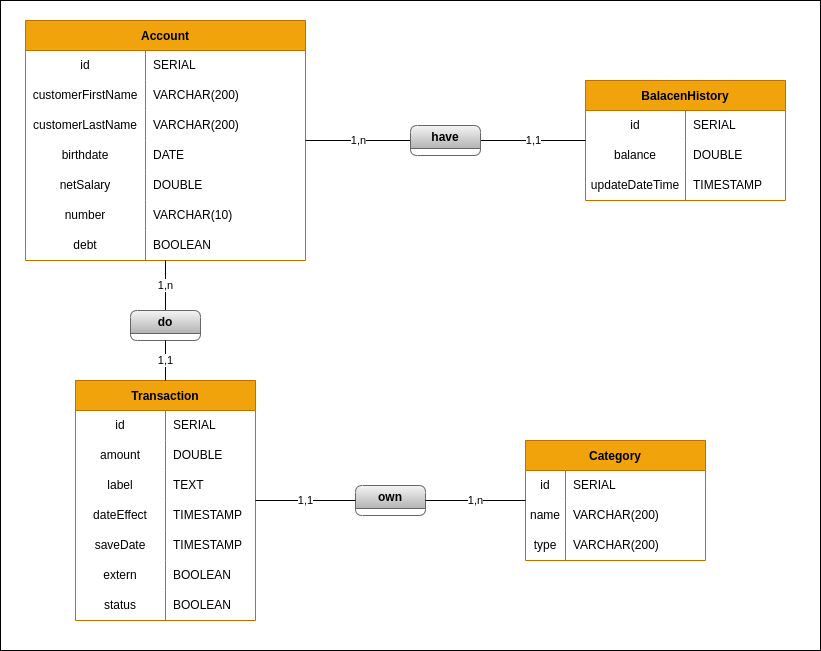
Earlier version of the draw.io export docs/MCD.png (NumBank/NumBank-API). Source tidied: cells renumbered, new cells last; positions are measured from the earlier drawing's top-left corner, leaving out a move shared by most shapes.
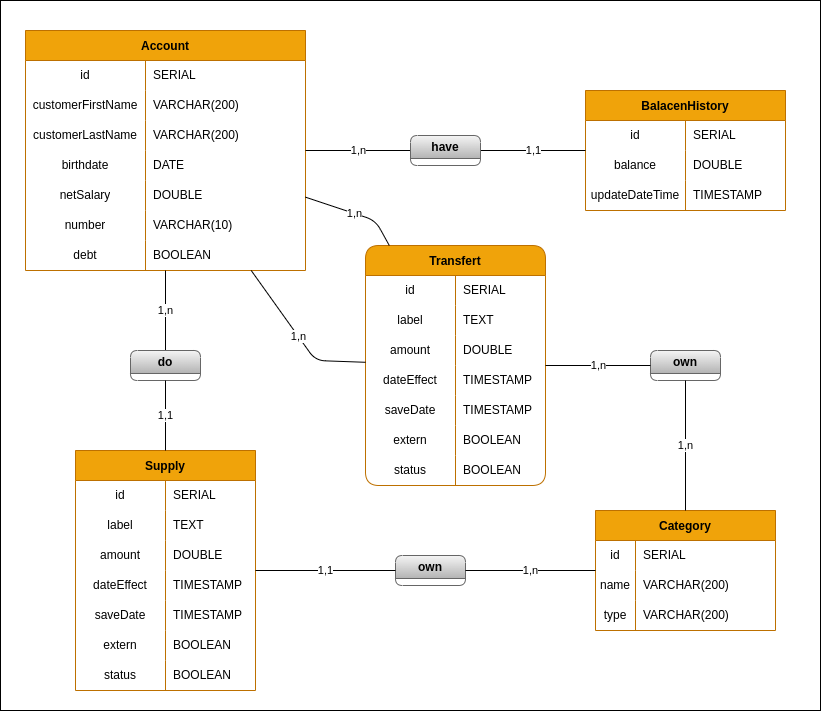
After the change.

Commit message:
feat: add transfert table

Change to the diagram source:
```diff
@@ -2,6 +2,9 @@
   <root>
     <mxCell id="0" />
     <mxCell id="1" parent="0" />
+    <mxCell id="75" style="rounded=0;whiteSpace=wrap;html=1;fillColor=none;" parent="1" vertex="1">
+      <mxGeometry y="-10" width="820" height="710" as="geometry" />
+    </mxCell>
     <mxCell id="2" value="Account" style="shape=table;startSize=30;rowLines=0;fontStyle=1;fillColor=#f0a30a;fontColor=#000000;strokeColor=#BD7000;" parent="1" vertex="1">
       <mxGeometry x="25" y="20" width="280" height="240" as="geometry" />
     </mxCell>
@@ -98,8 +101,8 @@
     <mxCell id="33" value="TIMESTAMP" style="shape=partialRectangle;html=1;whiteSpace=wrap;fillColor=none;top=0;left=0;bottom=0;right=0;align=left;spacingLeft=6;overflow=hidden;" parent="31" vertex="1">
       <mxGeometry x="100" width="100" height="30" as="geometry" />
     </mxCell>
-    <mxCell id="34" value="Transaction" style="shape=table;startSize=30;rowLines=0;fontStyle=1;fillColor=#f0a30a;fontColor=#000000;strokeColor=#BD7000;" parent="1" vertex="1">
-      <mxGeometry x="75" y="380" width="180" height="240" as="geometry" />
+    <mxCell id="34" value="Supply" style="shape=table;startSize=30;rowLines=0;fontStyle=1;fillColor=#f0a30a;fontColor=#000000;strokeColor=#BD7000;" parent="1" vertex="1">
+      <mxGeometry x="75" y="440" width="180" height="240" as="geometry" />
     </mxCell>
     <mxCell id="35" style="shape=tableRow;horizontal=0;startSize=0;swimlaneHead=0;swimlaneBody=0;top=0;left=0;bottom=0;right=0;fillColor=none;" parent="34" vertex="1">
       <mxGeometry y="30" width="180" height="30" as="geometry" />
@@ -110,8 +113,17 @@
     <mxCell id="37" value="SERIAL" style="shape=partialRectangle;html=1;whiteSpace=wrap;fillColor=none;top=0;left=0;bottom=0;right=0;align=left;spacingLeft=6;overflow=hidden;" parent="35" vertex="1">
       <mxGeometry x="90" width="90" height="30" as="geometry" />
     </mxCell>
+    <mxCell id="41" style="shape=tableRow;horizontal=0;startSize=0;swimlaneHead=0;swimlaneBody=0;top=0;left=0;bottom=0;right=0;fillColor=none;" parent="34" vertex="1">
+      <mxGeometry y="60" width="180" height="30" as="geometry" />
+    </mxCell>
+    <mxCell id="42" value="label" style="shape=partialRectangle;html=1;whiteSpace=wrap;fillColor=none;top=0;left=0;bottom=0;right=0;overflow=hidden;" parent="41" vertex="1">
+      <mxGeometry width="90" height="30" as="geometry" />
+    </mxCell>
+    <mxCell id="43" value="TEXT" style="shape=partialRectangle;html=1;whiteSpace=wrap;fillColor=none;top=0;left=0;bottom=0;right=0;align=left;spacingLeft=6;overflow=hidden;" parent="41" vertex="1">
+      <mxGeometry x="90" width="90" height="30" as="geometry" />
+    </mxCell>
     <mxCell id="38" style="shape=tableRow;horizontal=0;startSize=0;swimlaneHead=0;swimlaneBody=0;top=0;left=0;bottom=0;right=0;fillColor=none;" parent="34" vertex="1">
-      <mxGeometry y="60" width="180" height="30" as="geometry" />
+      <mxGeometry y="90" width="180" height="30" as="geometry" />
     </mxCell>
     <mxCell id="39" value="amount" style="shape=partialRectangle;html=1;whiteSpace=wrap;fillColor=none;top=0;left=0;bottom=0;right=0;overflow=hidden;" parent="38" vertex="1">
       <mxGeometry width="90" height="30" as="geometry" />
@@ -119,15 +131,6 @@
     <mxCell id="40" value="DOUBLE" style="shape=partialRectangle;html=1;whiteSpace=wrap;fillColor=none;top=0;left=0;bottom=0;right=0;align=left;spacingLeft=6;overflow=hidden;" parent="38" vertex="1">
       <mxGeometry x="90" width="90" height="30" as="geometry" />
     </mxCell>
-    <mxCell id="41" style="shape=tableRow;horizontal=0;startSize=0;swimlaneHead=0;swimlaneBody=0;top=0;left=0;bottom=0;right=0;fillColor=none;" parent="34" vertex="1">
-      <mxGeometry y="90" width="180" height="30" as="geometry" />
-    </mxCell>
-    <mxCell id="42" value="label" style="shape=partialRectangle;html=1;whiteSpace=wrap;fillColor=none;top=0;left=0;bottom=0;right=0;overflow=hidden;" parent="41" vertex="1">
-      <mxGeometry width="90" height="30" as="geometry" />
-    </mxCell>
-    <mxCell id="43" value="TEXT" style="shape=partialRectangle;html=1;whiteSpace=wrap;fillColor=none;top=0;left=0;bottom=0;right=0;align=left;spacingLeft=6;overflow=hidden;" parent="41" vertex="1">
-      <mxGeometry x="90" width="90" height="30" as="geometry" />
-    </mxCell>
     <mxCell id="44" style="shape=tableRow;horizontal=0;startSize=0;swimlaneHead=0;swimlaneBody=0;top=0;left=0;bottom=0;right=0;fillColor=none;" parent="34" vertex="1">
       <mxGeometry y="120" width="180" height="30" as="geometry" />
     </mxCell>
@@ -165,7 +168,7 @@
       <mxGeometry x="90" width="90" height="30" as="geometry" />
     </mxCell>
     <mxCell id="56" value="Category" style="shape=table;startSize=30;rowLines=0;fontStyle=1;fillColor=#f0a30a;fontColor=#000000;strokeColor=#BD7000;" parent="1" vertex="1">
-      <mxGeometry x="525" y="440" width="180" height="120" as="geometry" />
+      <mxGeometry x="595" y="500" width="180" height="120" as="geometry" />
     </mxCell>
     <mxCell id="57" style="shape=tableRow;horizontal=0;startSize=0;swimlaneHead=0;swimlaneBody=0;top=0;left=0;bottom=0;right=0;fillColor=none;" parent="56" vertex="1">
       <mxGeometry y="30" width="180" height="30" as="geometry" />
@@ -195,7 +198,7 @@
       <mxGeometry x="40" width="140" height="30" as="geometry" />
     </mxCell>
     <mxCell id="66" value="own" style="swimlane;whiteSpace=wrap;html=1;rounded=1;fillColor=#f5f5f5;gradientColor=#b3b3b3;strokeColor=#666666;" parent="1" vertex="1">
-      <mxGeometry x="355" y="485" width="70" height="30" as="geometry" />
+      <mxGeometry x="395" y="545" width="70" height="30" as="geometry" />
     </mxCell>
     <mxCell id="67" value="1,n" style="endArrow=none;html=1;" parent="1" edge="1" source="66" target="56">
       <mxGeometry relative="1" as="geometry" />
@@ -213,7 +216,7 @@
       <mxGeometry relative="1" as="geometry" />
     </mxCell>
     <mxCell id="72" value="do" style="swimlane;whiteSpace=wrap;html=1;rounded=1;startSize=23;fillColor=#f5f5f5;gradientColor=#b3b3b3;strokeColor=#666666;" parent="1" vertex="1">
-      <mxGeometry x="130" y="310" width="70" height="30" as="geometry" />
+      <mxGeometry x="130" y="340" width="70" height="30" as="geometry" />
     </mxCell>
     <mxCell id="73" value="1,1" style="endArrow=none;html=1;" parent="1" edge="1" source="34" target="72">
       <mxGeometry relative="1" as="geometry" />
@@ -221,8 +224,94 @@
     <mxCell id="74" value="have" style="swimlane;whiteSpace=wrap;html=1;rounded=1;startSize=23;fillColor=#f5f5f5;gradientColor=#b3b3b3;strokeColor=#666666;" parent="1" vertex="1">
       <mxGeometry x="410" y="125" width="70" height="30" as="geometry" />
     </mxCell>
-    <mxCell id="75" style="rounded=0;whiteSpace=wrap;html=1;fillColor=none;" parent="1" vertex="1">
-      <mxGeometry width="820" height="650" as="geometry" />
-    </mxCell>
+    <mxCell id="76" value="Transfert" style="shape=table;startSize=30;rowLines=0;fontStyle=1;fillColor=#f0a30a;fontColor=#000000;strokeColor=#BD7000;rounded=1;" parent="1" vertex="1">
+      <mxGeometry x="365" y="235" width="180" height="240" as="geometry" />
+    </mxCell>
+    <mxCell id="77" style="shape=tableRow;horizontal=0;startSize=0;swimlaneHead=0;swimlaneBody=0;top=0;left=0;bottom=0;right=0;fillColor=none;" parent="76" vertex="1">
+      <mxGeometry y="30" width="180" height="30" as="geometry" />
+    </mxCell>
+    <mxCell id="78" value="id" style="shape=partialRectangle;html=1;whiteSpace=wrap;fillColor=none;top=0;left=0;bottom=0;right=0;overflow=hidden;" parent="77" vertex="1">
+      <mxGeometry width="90" height="30" as="geometry" />
+    </mxCell>
+    <mxCell id="79" value="SERIAL" style="shape=partialRectangle;html=1;whiteSpace=wrap;fillColor=none;top=0;left=0;bottom=0;right=0;align=left;spacingLeft=6;overflow=hidden;" parent="77" vertex="1">
+      <mxGeometry x="90" width="90" height="30" as="geometry" />
+    </mxCell>
+    <mxCell id="80" style="shape=tableRow;horizontal=0;startSize=0;swimlaneHead=0;swimlaneBody=0;top=0;left=0;bottom=0;right=0;fillColor=none;" parent="76" vertex="1">
+      <mxGeometry y="60" width="180" height="30" as="geometry" />
+    </mxCell>
+    <mxCell id="81" value="label" style="shape=partialRectangle;html=1;whiteSpace=wrap;fillColor=none;top=0;left=0;bottom=0;right=0;overflow=hidden;" parent="80" vertex="1">
+      <mxGeometry width="90" height="30" as="geometry" />
+    </mxCell>
+    <mxCell id="82" value="TEXT" style="shape=partialRectangle;html=1;whiteSpace=wrap;fillColor=none;top=0;left=0;bottom=0;right=0;align=left;spacingLeft=6;overflow=hidden;" parent="80" vertex="1">
+      <mxGeometry x="90" width="90" height="30" as="geometry" />
+    </mxCell>
+    <mxCell id="83" style="shape=tableRow;horizontal=0;startSize=0;swimlaneHead=0;swimlaneBody=0;top=0;left=0;bottom=0;right=0;fillColor=none;" parent="76" vertex="1">
+      <mxGeometry y="90" width="180" height="30" as="geometry" />
+    </mxCell>
+    <mxCell id="84" value="amount" style="shape=partialRectangle;html=1;whiteSpace=wrap;fillColor=none;top=0;left=0;bottom=0;right=0;overflow=hidden;" parent="83" vertex="1">
+      <mxGeometry width="90" height="30" as="geometry" />
+    </mxCell>
+    <mxCell id="85" value="DOUBLE" style="shape=partialRectangle;html=1;whiteSpace=wrap;fillColor=none;top=0;left=0;bottom=0;right=0;align=left;spacingLeft=6;overflow=hidden;" parent="83" vertex="1">
+      <mxGeometry x="90" width="90" height="30" as="geometry" />
+    </mxCell>
+    <mxCell id="86" style="shape=tableRow;horizontal=0;startSize=0;swimlaneHead=0;swimlaneBody=0;top=0;left=0;bottom=0;right=0;fillColor=none;" parent="76" vertex="1">
+      <mxGeometry y="120" width="180" height="30" as="geometry" />
+    </mxCell>
+    <mxCell id="87" value="dateEffect" style="shape=partialRectangle;html=1;whiteSpace=wrap;fillColor=none;top=0;left=0;bottom=0;right=0;overflow=hidden;" parent="86" vertex="1">
+      <mxGeometry width="90" height="30" as="geometry" />
+    </mxCell>
+    <mxCell id="88" value="TIMESTAMP" style="shape=partialRectangle;html=1;whiteSpace=wrap;fillColor=none;top=0;left=0;bottom=0;right=0;align=left;spacingLeft=6;overflow=hidden;" parent="86" vertex="1">
+      <mxGeometry x="90" width="90" height="30" as="geometry" />
+    </mxCell>
+    <mxCell id="89" style="shape=tableRow;horizontal=0;startSize=0;swimlaneHead=0;swimlaneBody=0;top=0;left=0;bottom=0;right=0;fillColor=none;" parent="76" vertex="1">
+      <mxGeometry y="150" width="180" height="30" as="geometry" />
+    </mxCell>
+    <mxCell id="90" value="saveDate" style="shape=partialRectangle;html=1;whiteSpace=wrap;fillColor=none;top=0;left=0;bottom=0;right=0;overflow=hidden;" parent="89" vertex="1">
+      <mxGeometry width="90" height="30" as="geometry" />
+    </mxCell>
+    <mxCell id="91" value="TIMESTAMP" style="shape=partialRectangle;html=1;whiteSpace=wrap;fillColor=none;top=0;left=0;bottom=0;right=0;align=left;spacingLeft=6;overflow=hidden;" parent="89" vertex="1">
+      <mxGeometry x="90" width="90" height="30" as="geometry" />
+    </mxCell>
+    <mxCell id="92" style="shape=tableRow;horizontal=0;startSize=0;swimlaneHead=0;swimlaneBody=0;top=0;left=0;bottom=0;right=0;fillColor=none;" parent="76" vertex="1">
+      <mxGeometry y="180" width="180" height="30" as="geometry" />
+    </mxCell>
+    <mxCell id="93" value="extern" style="shape=partialRectangle;html=1;whiteSpace=wrap;fillColor=none;top=0;left=0;bottom=0;right=0;overflow=hidden;" parent="92" vertex="1">
+      <mxGeometry width="90" height="30" as="geometry" />
+    </mxCell>
+    <mxCell id="94" value="BOOLEAN" style="shape=partialRectangle;html=1;whiteSpace=wrap;fillColor=none;top=0;left=0;bottom=0;right=0;align=left;spacingLeft=6;overflow=hidden;" parent="92" vertex="1">
+      <mxGeometry x="90" width="90" height="30" as="geometry" />
+    </mxCell>
+    <mxCell id="95" style="shape=tableRow;horizontal=0;startSize=0;swimlaneHead=0;swimlaneBody=0;top=0;left=0;bottom=0;right=0;fillColor=none;" parent="76" vertex="1">
+      <mxGeometry y="210" width="180" height="30" as="geometry" />
+    </mxCell>
+    <mxCell id="96" value="status" style="shape=partialRectangle;html=1;whiteSpace=wrap;fillColor=none;top=0;left=0;bottom=0;right=0;overflow=hidden;" parent="95" vertex="1">
+      <mxGeometry width="90" height="30" as="geometry" />
+    </mxCell>
+    <mxCell id="97" value="BOOLEAN" style="shape=partialRectangle;html=1;whiteSpace=wrap;fillColor=none;top=0;left=0;bottom=0;right=0;align=left;spacingLeft=6;overflow=hidden;" parent="95" vertex="1">
+      <mxGeometry x="90" width="90" height="30" as="geometry" />
+    </mxCell>
+    <mxCell id="98" value="1,n" style="endArrow=none;html=1;" parent="1" edge="1" source="76" target="2">
+      <mxGeometry relative="1" as="geometry">
+        <Array as="points">
+          <mxPoint x="375" y="210" />
+        </Array>
+      </mxGeometry>
+    </mxCell>
+    <mxCell id="99" value="1,n" style="endArrow=none;html=1;" parent="1" edge="1" source="76" target="2">
+      <mxGeometry relative="1" as="geometry">
+        <Array as="points">
+          <mxPoint x="315" y="350" />
+        </Array>
+      </mxGeometry>
+    </mxCell>
+    <mxCell id="100" value="own" style="swimlane;whiteSpace=wrap;html=1;rounded=1;fillColor=#f5f5f5;gradientColor=#b3b3b3;strokeColor=#666666;" parent="1" vertex="1">
+      <mxGeometry x="650" y="340" width="70" height="30" as="geometry" />
+    </mxCell>
+    <mxCell id="101" value="1,n" style="endArrow=none;html=1;" parent="1" edge="1" source="76" target="100">
+      <mxGeometry relative="1" as="geometry" />
+    </mxCell>
+    <mxCell id="102" value="1,n" style="endArrow=none;html=1;" parent="1" edge="1" source="100" target="56">
+      <mxGeometry relative="1" as="geometry" />
+    </mxCell>
   </root>
 </mxGraphModel>
```
